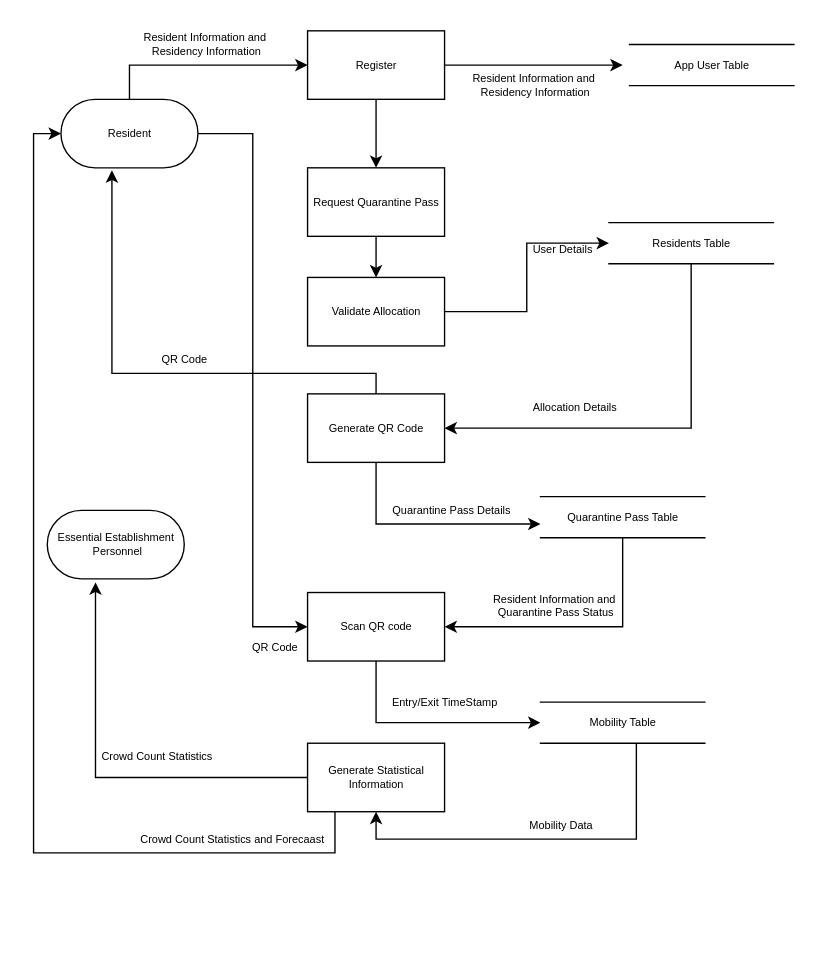
Earlier version of the draw.io diagram page "Page-2" (2 of 9) of joane/Diagram Drafts.drawio (jengfad/capstone). Source tidied: cells renumbered, new cells numbered last; positions are measured from the earlier drawing's top-left corner, leaving out a move shared by most shapes. Both pictures are drawn from the tidied source at 137%, with x=0, y=0 at pixel (33, 30).
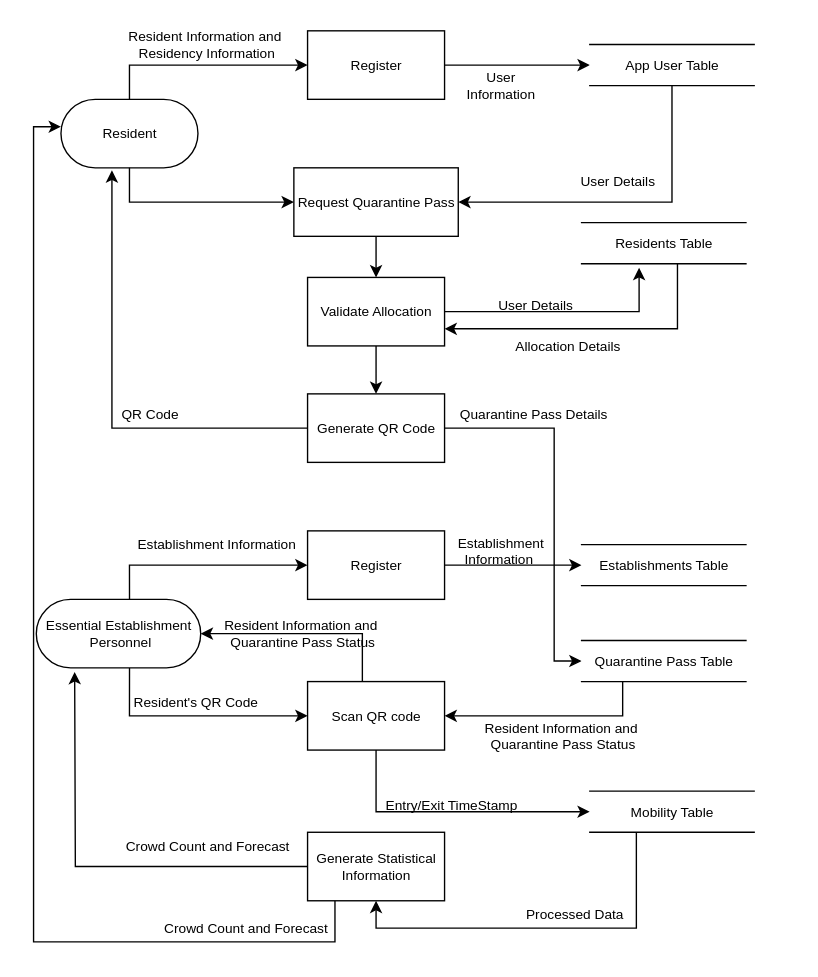
Above is the later version.

Diff of the diagram source:
```diff
@@
-    <mxCell id="2" style="edgeStyle=orthogonalEdgeStyle;rounded=0;jettySize=auto;html=1;fontSize=8;entryX=1;entryY=0.5;entryDx=0;entryDy=0;" parent="1" edge="1" source="3" target="25">
-      <mxGeometry relative="1" as="geometry">
-        <Array as="points">
-          <mxPoint x="480" y="290" />
-        </Array>
-      </mxGeometry>
-    </mxCell>
+    <mxCell id="40" style="edgeStyle=orthogonalEdgeStyle;rounded=0;jettySize=auto;html=1;entryX=1;entryY=0.75;entryDx=0;entryDy=0;fontSize=10;" parent="1" edge="1" source="3" target="21">
+      <mxGeometry relative="1" as="geometry">
+        <Array as="points">
+          <mxPoint x="470" y="217" />
+        </Array>
+      </mxGeometry>
+    </mxCell>
-    <mxCell id="3" value="Residents Table" style="html=1;dashed=0;whitespace=wrap;shape=partialRectangle;right=0;left=0;fontSize=8;" parent="1" vertex="1">
-      <mxGeometry x="420" y="140" width="120" height="30" as="geometry" />
+    <mxCell id="3" value="Residents Table" style="html=1;dashed=0;whitespace=wrap;shape=partialRectangle;right=0;left=0;fontSize=10;" parent="1" vertex="1">
+      <mxGeometry x="400" y="140" width="120" height="30" as="geometry" />
     </mxCell>
@@
-    <mxCell id="5" style="edgeStyle=orthogonalEdgeStyle;rounded=0;jettySize=auto;html=1;fontSize=8;entryX=0;entryY=0.5;entryDx=0;entryDy=0;" parent="1" edge="1" source="6" target="14">
-      <mxGeometry relative="1" as="geometry" />
+    <mxCell id="5" style="edgeStyle=orthogonalEdgeStyle;rounded=0;jettySize=auto;html=1;fontSize=8;entryX=0;entryY=0.5;entryDx=0;entryDy=0;exitX=0.567;exitY=0.9;exitDx=0;exitDy=0;exitPerimeter=0;" parent="1" edge="1" source="12" target="14">
+      <mxGeometry relative="1" as="geometry">
+        <Array as="points">
+          <mxPoint x="70" y="500" />
+        </Array>
+      </mxGeometry>
     </mxCell>
-    <mxCell id="6" value="Resident" style="html=1;dashed=0;whitespace=wrap;shape=mxgraph.dfd.start;fontSize=8;" parent="1" vertex="1">
+    <mxCell id="6" value="Resident" style="html=1;dashed=0;whitespace=wrap;shape=mxgraph.dfd.start;fontSize=10;" parent="1" vertex="1">
       <mxGeometry x="20" y="50" width="100" height="50" as="geometry" />
     </mxCell>
-    <mxCell id="7" style="edgeStyle=orthogonalEdgeStyle;rounded=0;jettySize=auto;html=1;exitX=1;exitY=0.5;exitDx=0;exitDy=0;fontSize=8;" parent="1" edge="1" source="9">
-      <mxGeometry relative="1" as="geometry">
-        <mxPoint x="430" y="25" as="targetPoint" />
-        <Array as="points">
-          <mxPoint x="410" y="25" />
-        </Array>
-      </mxGeometry>
+    <mxCell id="7" style="edgeStyle=orthogonalEdgeStyle;rounded=0;jettySize=auto;html=1;exitX=1;exitY=0.5;exitDx=0;exitDy=0;fontSize=8;entryX=0;entryY=0.5;entryDx=0;entryDy=0;" parent="1" edge="1" source="9" target="17">
+      <mxGeometry relative="1" as="geometry" />
     </mxCell>
-    <mxCell id="8" style="edgeStyle=orthogonalEdgeStyle;rounded=0;jettySize=auto;html=1;fontSize=8;" parent="1" edge="1" source="9" target="11">
+    <mxCell id="8" style="edgeStyle=orthogonalEdgeStyle;rounded=0;jettySize=auto;html=1;fontSize=8;exitX=0.5;exitY=0.5;exitDx=0;exitDy=25;exitPerimeter=0;" parent="1" edge="1" source="6" target="11">
       <mxGeometry relative="1" as="geometry" />
     </mxCell>
-    <mxCell id="9" value="Register" style="html=1;dashed=0;whitespace=wrap;fontSize=8;" parent="1" vertex="1">
+    <mxCell id="9" value="Register" style="html=1;dashed=0;whitespace=wrap;fontSize=10;" parent="1" vertex="1">
       <mxGeometry x="200" width="100" height="50" as="geometry" />
     </mxCell>
@@
-    <mxCell id="11" value="Request Quarantine Pass" style="html=1;dashed=0;whitespace=wrap;fontSize=8;" parent="1" vertex="1">
-      <mxGeometry x="200" y="100" width="100" height="50" as="geometry" />
+    <mxCell id="11" value="Request Quarantine Pass" style="html=1;dashed=0;whitespace=wrap;fontSize=10;" parent="1" vertex="1">
+      <mxGeometry x="190" y="100" width="120" height="50" as="geometry" />
     </mxCell>
+    <mxCell id="41" style="edgeStyle=orthogonalEdgeStyle;rounded=0;jettySize=auto;html=1;entryX=0;entryY=0.5;entryDx=0;entryDy=0;fontSize=10;exitX=0.567;exitY=0.1;exitDx=0;exitDy=0;exitPerimeter=0;" parent="1" edge="1" source="12" target="48">
+      <mxGeometry relative="1" as="geometry">
+        <Array as="points">
+          <mxPoint x="70" y="390" />
+        </Array>
+      </mxGeometry>
+    </mxCell>
-    <mxCell id="12" value="Essential Establishment&lt;br&gt;&amp;nbsp;Personnel" style="html=1;dashed=0;whitespace=wrap;shape=mxgraph.dfd.start;fontSize=8;" parent="1" vertex="1">
-      <mxGeometry x="10" y="350" width="100" height="50" as="geometry" />
+    <mxCell id="12" value="Essential Establishment&lt;br style=&quot;font-size: 10px;&quot;&gt;&amp;nbsp;Personnel" style="html=1;dashed=0;whitespace=wrap;shape=mxgraph.dfd.start;fontSize=10;" parent="1" vertex="1">
+      <mxGeometry x="2" y="415" width="120" height="50" as="geometry" />
     </mxCell>
@@
+    <mxCell id="42" style="edgeStyle=orthogonalEdgeStyle;rounded=0;jettySize=auto;html=1;fontSize=10;entryX=1;entryY=0.5;entryDx=0;entryDy=0;entryPerimeter=0;" parent="1" edge="1" source="14" target="12">
+      <mxGeometry relative="1" as="geometry">
+        <Array as="points">
+          <mxPoint x="240" y="440" />
+        </Array>
+      </mxGeometry>
+    </mxCell>
-    <mxCell id="14" value="Scan QR code" style="html=1;dashed=0;whitespace=wrap;fontSize=8;" parent="1" vertex="1">
-      <mxGeometry x="200" y="410" width="100" height="50" as="geometry" />
+    <mxCell id="14" value="Scan QR code" style="html=1;dashed=0;whitespace=wrap;fontSize=10;" parent="1" vertex="1">
+      <mxGeometry x="200" y="475" width="100" height="50" as="geometry" />
     </mxCell>
-    <mxCell id="15" value="Resident Information and&lt;br&gt;&amp;nbsp;Quarantine Pass Status" style="text;html=1;align=center;verticalAlign=middle;strokeColor=none;fontSize=8;" parent="1" vertex="1">
-      <mxGeometry x="325" y="410" width="110" height="20" as="geometry" />
+    <mxCell id="15" value="Resident Information and&lt;br style=&quot;font-size: 10px;&quot;&gt;&amp;nbsp;Quarantine Pass Status" style="text;html=1;align=center;verticalAlign=middle;strokeColor=none;fontSize=10;" parent="1" vertex="1">
+      <mxGeometry x="320" y="500" width="130" height="30" as="geometry" />
     </mxCell>
-    <mxCell id="16" value="Resident Information and&lt;br&gt;&amp;nbsp;Residency Information" style="text;html=1;align=center;verticalAlign=middle;strokeColor=none;fontSize=8;" parent="1" vertex="1">
-      <mxGeometry x="70" width="110" height="20" as="geometry" />
+    <mxCell id="16" value="Resident Information and&lt;br style=&quot;font-size: 10px;&quot;&gt;&amp;nbsp;Residency Information" style="text;html=1;align=center;verticalAlign=middle;strokeColor=none;fontSize=10;" parent="1" vertex="1">
+      <mxGeometry x="60" y="-5" width="130" height="30" as="geometry" />
     </mxCell>
+    <mxCell id="43" style="edgeStyle=orthogonalEdgeStyle;rounded=0;jettySize=auto;html=1;entryX=1;entryY=0.5;entryDx=0;entryDy=0;fontSize=10;" parent="1" edge="1" source="17" target="11">
+      <mxGeometry relative="1" as="geometry">
+        <Array as="points">
+          <mxPoint x="466" y="125" />
+        </Array>
+      </mxGeometry>
+    </mxCell>
-    <mxCell id="17" value="App User Table" style="html=1;dashed=0;whitespace=wrap;shape=partialRectangle;right=0;left=0;fontSize=8;" parent="1" vertex="1">
-      <mxGeometry x="435" y="10" width="120" height="30" as="geometry" />
+    <mxCell id="17" value="App User Table" style="html=1;dashed=0;whitespace=wrap;shape=partialRectangle;right=0;left=0;fontSize=10;" parent="1" vertex="1">
+      <mxGeometry x="406" y="10" width="120" height="30" as="geometry" />
     </mxCell>
-    <mxCell id="18" value="QR Code" style="text;html=1;align=center;verticalAlign=middle;strokeColor=none;fontSize=8;" parent="1" vertex="1">
-      <mxGeometry x="85" y="230" width="50" height="20" as="geometry" />
+    <mxCell id="18" value="QR Code" style="text;html=1;align=center;verticalAlign=middle;strokeColor=none;fontSize=10;" parent="1" vertex="1">
+      <mxGeometry x="55" y="270" width="60" height="20" as="geometry" />
     </mxCell>
-    <mxCell id="19" value="Resident Information and&lt;br&gt;&amp;nbsp;Residency Information" style="text;html=1;align=center;verticalAlign=middle;strokeColor=none;fontSize=8;" parent="1" vertex="1">
-      <mxGeometry x="310" y="30" width="110" height="20" as="geometry" />
+    <mxCell id="19" value="User &lt;br&gt;Information" style="text;html=1;align=center;verticalAlign=middle;strokeColor=none;fontSize=10;" parent="1" vertex="1">
+      <mxGeometry x="306" y="25" width="70" height="30" as="geometry" />
     </mxCell>
-    <mxCell id="20" style="edgeStyle=orthogonalEdgeStyle;rounded=0;jettySize=auto;html=1;entryX=0;entryY=0.5;entryDx=0;entryDy=0;fontSize=8;" parent="1" edge="1" source="21" target="3">
-      <mxGeometry relative="1" as="geometry" />
+    <mxCell id="20" style="edgeStyle=orthogonalEdgeStyle;rounded=0;jettySize=auto;html=1;fontSize=8;" parent="1" edge="1" source="21">
+      <mxGeometry relative="1" as="geometry">
+        <mxPoint x="442" y="173" as="targetPoint" />
+        <Array as="points">
+          <mxPoint x="442" y="205" />
+        </Array>
+      </mxGeometry>
     </mxCell>
+    <mxCell id="44" style="edgeStyle=orthogonalEdgeStyle;rounded=0;jettySize=auto;html=1;fontSize=10;entryX=0.5;entryY=0;entryDx=0;entryDy=0;" parent="1" edge="1" source="21" target="25">
+      <mxGeometry relative="1" as="geometry" />
+    </mxCell>
-    <mxCell id="21" value="Validate Allocation" style="html=1;dashed=0;whitespace=wrap;fontSize=8;" parent="1" vertex="1">
+    <mxCell id="21" value="Validate Allocation" style="html=1;dashed=0;whitespace=wrap;fontSize=10;" parent="1" vertex="1">
       <mxGeometry x="200" y="180" width="100" height="50" as="geometry" />
     </mxCell>
-    <mxCell id="22" value="Allocation Details" style="text;html=1;align=center;verticalAlign=middle;strokeColor=none;fontSize=8;" parent="1" vertex="1">
-      <mxGeometry x="355" y="265" width="80" height="20" as="geometry" />
+    <mxCell id="22" value="Allocation Details" style="text;html=1;align=center;verticalAlign=middle;strokeColor=none;fontSize=10;" parent="1" vertex="1">
+      <mxGeometry x="345" y="220" width="90" height="20" as="geometry" />
     </mxCell>
-    <mxCell id="23" style="edgeStyle=orthogonalEdgeStyle;rounded=0;jettySize=auto;html=1;entryX=0.372;entryY=1.036;entryDx=0;entryDy=0;entryPerimeter=0;fontSize=8;" parent="1" edge="1" source="25" target="6">
+    <mxCell id="23" style="edgeStyle=orthogonalEdgeStyle;rounded=0;jettySize=auto;html=1;entryX=0.372;entryY=1.036;entryDx=0;entryDy=0;entryPerimeter=0;fontSize=8;exitX=0;exitY=0.5;exitDx=0;exitDy=0;" parent="1" edge="1" source="25" target="6">
       <mxGeometry relative="1" as="geometry">
         <Array as="points">
-          <mxPoint x="250" y="250" />
-          <mxPoint x="57" y="250" />
+          <mxPoint x="57" y="290" />
         </Array>
       </mxGeometry>
     </mxCell>
-    <mxCell id="24" style="edgeStyle=orthogonalEdgeStyle;rounded=0;jettySize=auto;html=1;fontSize=8;" parent="1" edge="1" source="25">
+    <mxCell id="24" style="edgeStyle=orthogonalEdgeStyle;rounded=0;jettySize=auto;html=1;fontSize=8;entryX=0;entryY=0.5;entryDx=0;entryDy=0;exitX=1;exitY=0.5;exitDx=0;exitDy=0;" parent="1" edge="1" source="25" target="34">
       <mxGeometry relative="1" as="geometry">
-        <mxPoint x="370" y="360" as="targetPoint" />
         <Array as="points">
-          <mxPoint x="250" y="360" />
+          <mxPoint x="380" y="290" />
+          <mxPoint x="380" y="460" />
         </Array>
       </mxGeometry>
     </mxCell>
-    <mxCell id="25" value="Generate QR Code" style="html=1;dashed=0;whitespace=wrap;fontSize=8;" parent="1" vertex="1">
+    <mxCell id="25" value="Generate QR Code" style="html=1;dashed=0;whitespace=wrap;fontSize=10;" parent="1" vertex="1">
       <mxGeometry x="200" y="265" width="100" height="50" as="geometry" />
     </mxCell>
-    <mxCell id="26" style="edgeStyle=orthogonalEdgeStyle;rounded=0;jettySize=auto;html=1;entryX=0.352;entryY=1.052;entryDx=0;entryDy=0;entryPerimeter=0;fontSize=8;" parent="1" edge="1" source="28" target="12">
-      <mxGeometry relative="1" as="geometry" />
+    <mxCell id="26" style="edgeStyle=orthogonalEdgeStyle;rounded=0;jettySize=auto;html=1;fontSize=8;" parent="1" edge="1" source="28">
+      <mxGeometry relative="1" as="geometry">
+        <mxPoint x="30" y="468" as="targetPoint" />
+      </mxGeometry>
     </mxCell>
-    <mxCell id="27" style="edgeStyle=orthogonalEdgeStyle;rounded=0;jettySize=auto;html=1;fontSize=8;entryX=0;entryY=0.5;entryDx=0;entryDy=0;entryPerimeter=0;" parent="1" edge="1" source="28" target="6">
+    <mxCell id="27" style="edgeStyle=orthogonalEdgeStyle;rounded=0;jettySize=auto;html=1;fontSize=8;" parent="1" edge="1" source="28">
       <mxGeometry relative="1" as="geometry">
+        <mxPoint x="20" y="70" as="targetPoint" />
         <Array as="points">
-          <mxPoint x="220" y="600" />
-          <mxPoint y="600" />
-          <mxPoint y="75" />
+          <mxPoint x="220" y="665" />
+          <mxPoint y="665" />
+          <mxPoint y="70" />
+          <mxPoint x="20" y="70" />
         </Array>
       </mxGeometry>
     </mxCell>
-    <mxCell id="28" value="Generate Statistical&lt;br&gt;Information" style="html=1;dashed=0;whitespace=wrap;fontSize=8;" parent="1" vertex="1">
-      <mxGeometry x="200" y="520" width="100" height="50" as="geometry" />
+    <mxCell id="28" value="Generate Statistical&lt;br style=&quot;font-size: 10px;&quot;&gt;Information" style="html=1;dashed=0;whitespace=wrap;fontSize=10;" parent="1" vertex="1">
+      <mxGeometry x="200" y="585" width="100" height="50" as="geometry" />
     </mxCell>
-    <mxCell id="29" value="&amp;nbsp;User Details" style="text;html=1;align=center;verticalAlign=middle;strokeColor=none;fontSize=8;" parent="1" vertex="1">
-      <mxGeometry x="355" y="150" width="60" height="20" as="geometry" />
+    <mxCell id="29" value="&amp;nbsp;User Details" style="text;html=1;align=center;verticalAlign=middle;strokeColor=none;fontSize=10;" parent="1" vertex="1">
+      <mxGeometry x="330" y="190" width="70" height="20" as="geometry" />
     </mxCell>
     <mxCell id="30" style="edgeStyle=orthogonalEdgeStyle;rounded=0;jettySize=auto;html=1;fontSize=8;" parent="1" edge="1" source="31">
       <mxGeometry relative="1" as="geometry">
-        <mxPoint x="250" y="570" as="targetPoint" />
+        <mxPoint x="250" y="635" as="targetPoint" />
         <Array as="points">
-          <mxPoint x="440" y="590" />
+          <mxPoint x="440" y="655" />
         </Array>
       </mxGeometry>
     </mxCell>
-    <mxCell id="31" value="Mobility Table" style="html=1;dashed=0;whitespace=wrap;shape=partialRectangle;right=0;left=0;fontSize=8;" parent="1" vertex="1">
-      <mxGeometry x="370" y="490" width="120" height="30" as="geometry" />
+    <mxCell id="31" value="Mobility Table" style="html=1;dashed=0;whitespace=wrap;shape=partialRectangle;right=0;left=0;fontSize=10;" parent="1" vertex="1">
+      <mxGeometry x="406" y="555" width="120" height="30" as="geometry" />
     </mxCell>
-    <mxCell id="32" value="Quarantine Pass Details" style="text;html=1;align=center;verticalAlign=middle;strokeColor=none;fontSize=8;" parent="1" vertex="1">
-      <mxGeometry x="255" y="340" width="100" height="20" as="geometry" />
+    <mxCell id="32" value="Quarantine Pass Details" style="text;html=1;align=center;verticalAlign=middle;strokeColor=none;fontSize=10;" parent="1" vertex="1">
+      <mxGeometry x="305" y="270" width="120" height="20" as="geometry" />
     </mxCell>
     <mxCell id="33" style="edgeStyle=orthogonalEdgeStyle;rounded=0;jettySize=auto;html=1;entryX=1;entryY=0.5;entryDx=0;entryDy=0;fontSize=8;" parent="1" edge="1" source="34" target="14">
       <mxGeometry relative="1" as="geometry">
         <Array as="points">
-          <mxPoint x="430" y="435" />
+          <mxPoint x="430" y="500" />
         </Array>
       </mxGeometry>
     </mxCell>
-    <mxCell id="34" value="Quarantine Pass Table" style="html=1;dashed=0;whitespace=wrap;shape=partialRectangle;right=0;left=0;fontSize=8;" parent="1" vertex="1">
-      <mxGeometry x="370" y="340" width="120" height="30" as="geometry" />
+    <mxCell id="34" value="Quarantine Pass Table" style="html=1;dashed=0;whitespace=wrap;shape=partialRectangle;right=0;left=0;fontSize=10;" parent="1" vertex="1">
+      <mxGeometry x="400" y="445" width="120" height="30" as="geometry" />
     </mxCell>
-    <mxCell id="35" value="Crowd Count Statistics" style="text;html=1;align=center;verticalAlign=middle;strokeColor=none;fontSize=8;" parent="1" vertex="1">
-      <mxGeometry x="40" y="520" width="100" height="20" as="geometry" />
-    </mxCell>
-    <mxCell id="36" value="Crowd Count Statistics and Forecaast" style="text;html=1;align=center;verticalAlign=middle;strokeColor=none;fontSize=8;" parent="1" vertex="1">
-      <mxGeometry x="70" y="580" width="150" height="20" as="geometry" />
+    <mxCell id="36" value="Crowd Count and Forecast" style="text;html=1;align=center;verticalAlign=middle;strokeColor=none;fontSize=10;" parent="1" vertex="1">
+      <mxGeometry x="90" y="645" width="130" height="20" as="geometry" />
     </mxCell>
-    <mxCell id="37" value="Mobility Data" style="text;html=1;align=center;verticalAlign=middle;strokeColor=none;fontSize=8;" parent="1" vertex="1">
-      <mxGeometry x="355" y="570" width="60" height="20" as="geometry" />
+    <mxCell id="37" value="Processed Data" style="text;html=1;align=center;verticalAlign=middle;strokeColor=none;fontSize=10;" parent="1" vertex="1">
+      <mxGeometry x="350" y="635" width="90" height="20" as="geometry" />
     </mxCell>
-    <mxCell id="38" value="Entry/Exit TimeStamp" style="text;html=1;align=center;verticalAlign=middle;strokeColor=none;fontSize=8;" parent="1" vertex="1">
-      <mxGeometry x="255" y="480" width="90" height="20" as="geometry" />
+    <mxCell id="38" value="Entry/Exit TimeStamp" style="text;html=1;align=center;verticalAlign=middle;strokeColor=none;fontSize=10;" parent="1" vertex="1">
+      <mxGeometry x="250" y="555" width="110" height="20" as="geometry" />
     </mxCell>
-    <mxCell id="39" value="&amp;nbsp;QR Code" style="text;html=1;align=center;verticalAlign=middle;strokeColor=none;fontSize=8;" parent="1" vertex="1">
-      <mxGeometry x="150" y="440" width="50" height="20" as="geometry" />
+    <mxCell id="39" value="&amp;nbsp;Resident's QR Code" style="text;html=1;align=center;verticalAlign=middle;strokeColor=none;fontSize=10;" parent="1" vertex="1">
+      <mxGeometry x="62" y="480" width="110" height="20" as="geometry" />
     </mxCell>
+    <mxCell id="45" value="&amp;nbsp;User Details" style="text;html=1;align=center;verticalAlign=middle;strokeColor=none;fontSize=10;" parent="1" vertex="1">
+      <mxGeometry x="390" y="100" width="70" height="20" as="geometry" />
+    </mxCell>
+    <mxCell id="46" value="Crowd Count and Forecast" style="text;html=1;align=center;verticalAlign=middle;strokeColor=none;fontSize=10;" parent="1" vertex="1">
+      <mxGeometry x="62" y="585" width="130" height="20" as="geometry" />
+    </mxCell>
+    <mxCell id="47" style="edgeStyle=orthogonalEdgeStyle;rounded=0;jettySize=auto;html=1;fontSize=10;entryX=0;entryY=0.5;entryDx=0;entryDy=0;" parent="1" edge="1" source="48" target="50">
+      <mxGeometry relative="1" as="geometry" />
+    </mxCell>
+    <mxCell id="48" value="Register" style="html=1;dashed=0;whitespace=wrap;fontSize=10;" parent="1" vertex="1">
+      <mxGeometry x="200" y="365" width="100" height="50" as="geometry" />
+    </mxCell>
+    <mxCell id="49" value="Establishment Information&amp;nbsp;" style="text;html=1;align=center;verticalAlign=middle;strokeColor=none;fontSize=10;" parent="1" vertex="1">
+      <mxGeometry x="70" y="365" width="130" height="20" as="geometry" />
+    </mxCell>
+    <mxCell id="50" value="Establishments Table" style="html=1;dashed=0;whitespace=wrap;shape=partialRectangle;right=0;left=0;fontSize=10;" parent="1" vertex="1">
+      <mxGeometry x="400" y="375" width="120" height="30" as="geometry" />
+    </mxCell>
+    <mxCell id="51" value="Establishment &lt;br&gt;Information&amp;nbsp;" style="text;html=1;align=center;verticalAlign=middle;strokeColor=none;fontSize=10;" parent="1" vertex="1">
+      <mxGeometry x="301" y="365" width="80" height="30" as="geometry" />
+    </mxCell>
+    <mxCell id="52" value="Resident Information and&lt;br style=&quot;font-size: 10px;&quot;&gt;&amp;nbsp;Quarantine Pass Status" style="text;html=1;align=center;verticalAlign=middle;strokeColor=none;fontSize=10;" parent="1" vertex="1">
+      <mxGeometry x="130" y="425" width="130" height="30" as="geometry" />
+    </mxCell>
```
